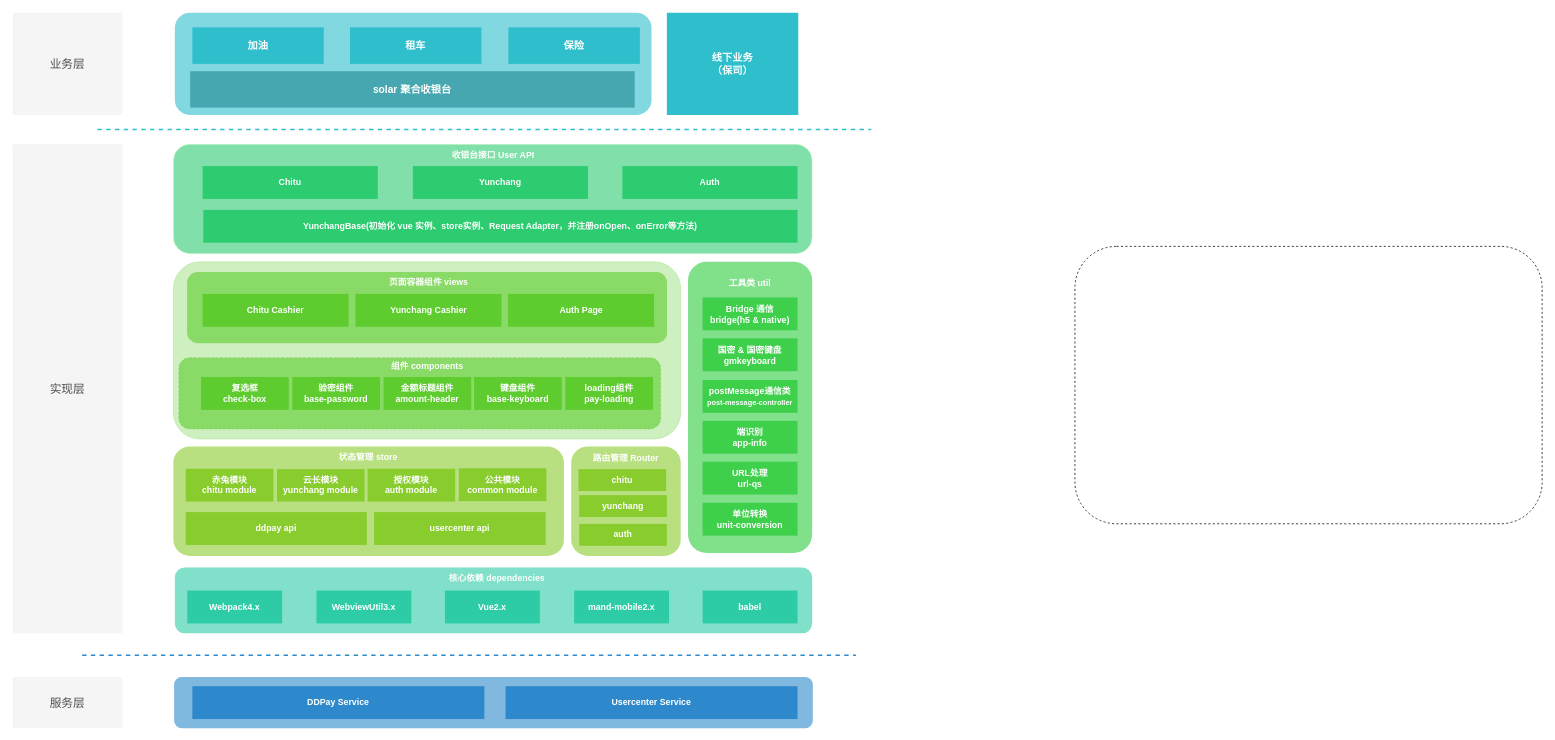
chengkj99/book keeps this draw.io diagram as book/未命名绘图.drawio. Above is the earlier version. Source tidied: cells renumbered, new cells numbered last; positions are measured from the earlier drawing's top-left corner, leaving out a move shared by most shapes. Both pictures are drawn from the tidied source at 73%, with x=0, y=0 at pixel (12, 12).
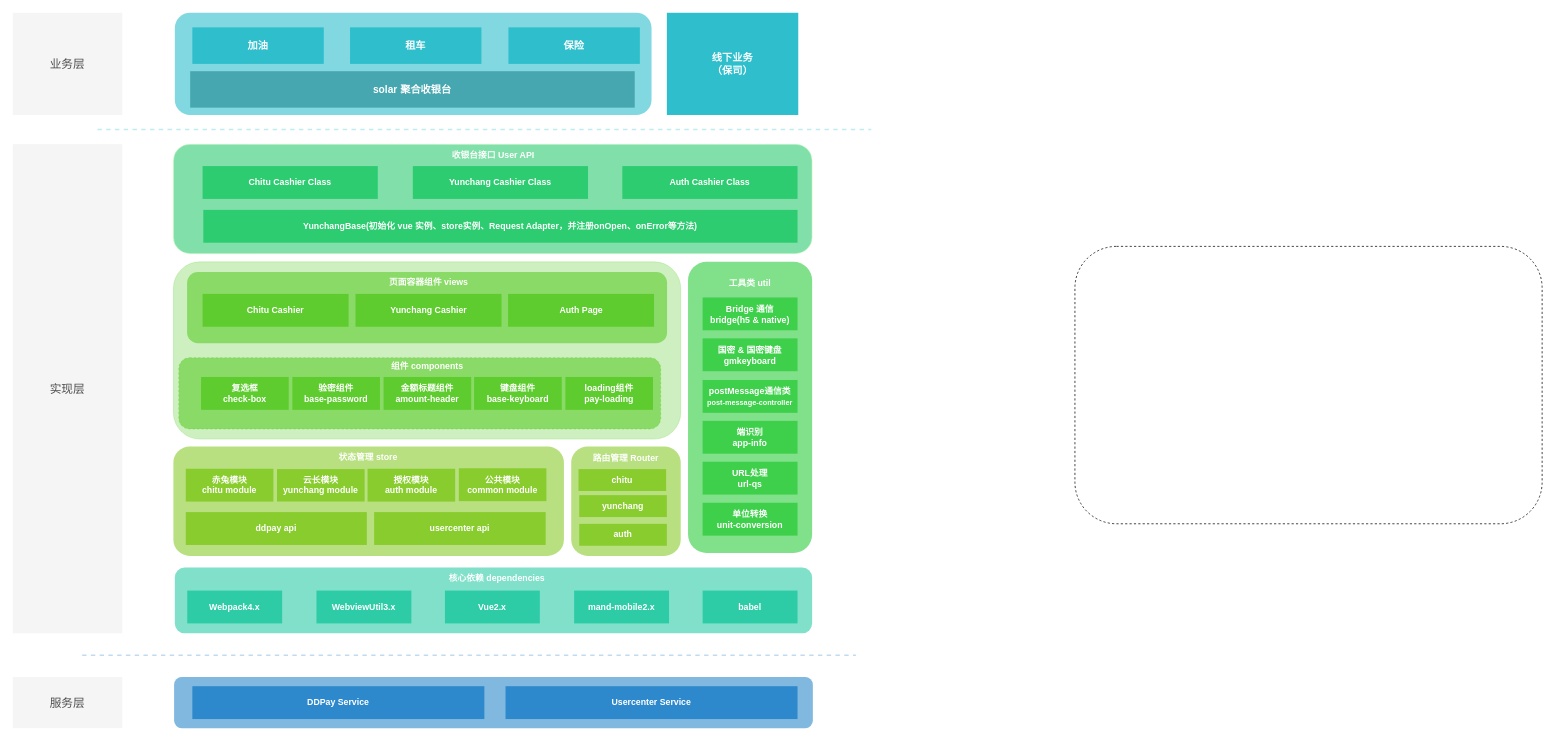
The same page after the edit.

Diff of the diagram source:
```diff
@@
-    <mxCell id="20" value="Chitu" style="rounded=0;whiteSpace=wrap;html=1;labelBackgroundColor=none;fillColor=#2ecc71;strokeColor=none;fontColor=#FFFFFF;fontStyle=1;" parent="1" vertex="1">
+    <mxCell id="20" value="Chitu Cashier Class" style="rounded=0;whiteSpace=wrap;html=1;labelBackgroundColor=none;fillColor=#2ecc71;strokeColor=none;fontColor=#FFFFFF;fontStyle=1;" parent="1" vertex="1">
       <mxGeometry x="260" y="210" width="240" height="45" as="geometry" />
     </mxCell>
@@
-    <mxCell id="47" style="endArrow=none;dashed=1;html=1;rounded=0;labelBackgroundColor=none;fontColor=default;strokeColor=#2E89CC;strokeWidth=2;" parent="1" edge="1">
+    <mxCell id="47" style="endArrow=none;dashed=1;html=1;rounded=0;labelBackgroundColor=none;fontColor=default;strokeColor=#2E89CC;strokeWidth=2;opacity=30;" parent="1" edge="1">
       <mxGeometry relative="1" as="geometry">
         <mxPoint x="95" y="880" as="sourcePoint" />
         <mxPoint x="1155" y="880" as="targetPoint" />
       </mxGeometry>
     </mxCell>
@@
-    <mxCell id="55" value="Yunchang" style="rounded=0;whiteSpace=wrap;html=1;labelBackgroundColor=none;fillColor=#2ecc71;strokeColor=none;fontColor=#FFFFFF;fontStyle=1;" parent="1" vertex="1">
+    <mxCell id="55" value="Yunchang Cashier Class" style="rounded=0;whiteSpace=wrap;html=1;labelBackgroundColor=none;fillColor=#2ecc71;strokeColor=none;fontColor=#FFFFFF;fontStyle=1;" parent="1" vertex="1">
       <mxGeometry x="548" y="210" width="240" height="45" as="geometry" />
     </mxCell>
-    <mxCell id="56" value="Auth" style="rounded=0;whiteSpace=wrap;html=1;labelBackgroundColor=none;fillColor=#2ECC71;strokeColor=none;fontColor=#FFFFFF;fontStyle=1;" parent="1" vertex="1">
+    <mxCell id="56" value="Auth Cashier Class" style="rounded=0;whiteSpace=wrap;html=1;labelBackgroundColor=none;fillColor=#2ECC71;strokeColor=none;fontColor=#FFFFFF;fontStyle=1;" parent="1" vertex="1">
       <mxGeometry x="835" y="210" width="240" height="45" as="geometry" />
     </mxCell>
-    <mxCell id="57" style="endArrow=none;html=1;rounded=0;labelBackgroundColor=none;fontColor=#FFFFFF;strokeColor=#2EBECC;fontStyle=1;dashed=1;strokeWidth=2;" parent="1" edge="1">
+    <mxCell id="57" style="endArrow=none;html=1;rounded=0;labelBackgroundColor=none;fontColor=#FFFFFF;strokeColor=#2EBECC;fontStyle=1;dashed=1;strokeWidth=2;opacity=30;" parent="1" edge="1">
       <mxGeometry relative="1" as="geometry">
         <mxPoint x="116" y="160" as="sourcePoint" />
         <mxPoint x="1176" y="160" as="targetPoint" />
       </mxGeometry>
     </mxCell>
```
